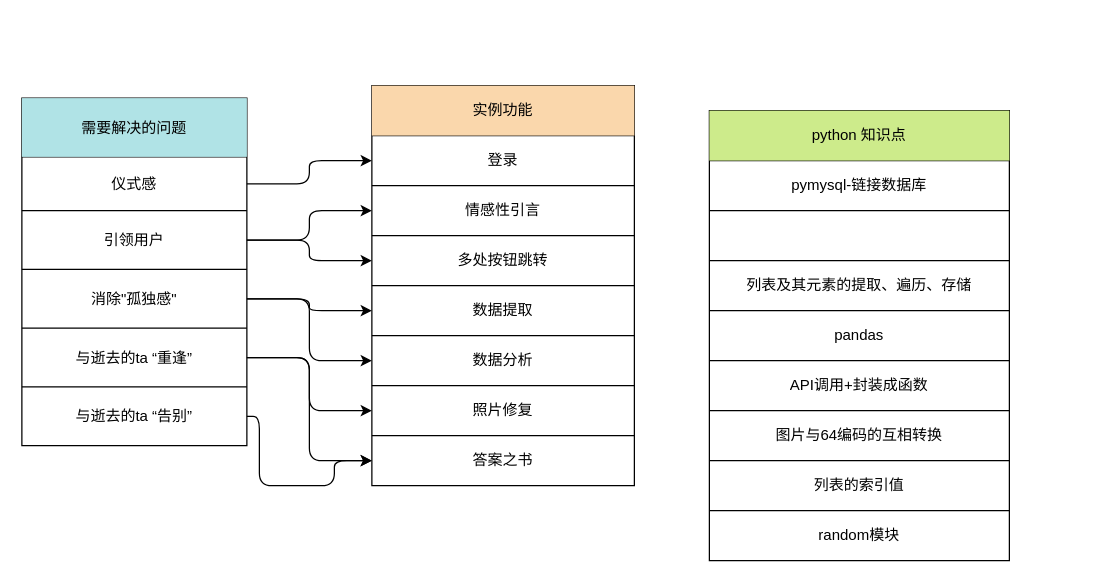
Earlier version of the draw.io diagram 知识图谱.drawio (azazazzzz/python_project). Source tidied: cells renumbered, new cells numbered last; positions are measured from the earlier drawing's top-left corner, leaving out a move shared by most shapes. Both pictures are drawn from the tidied source at 125%, with x=0, y=0 at pixel (21, 85).
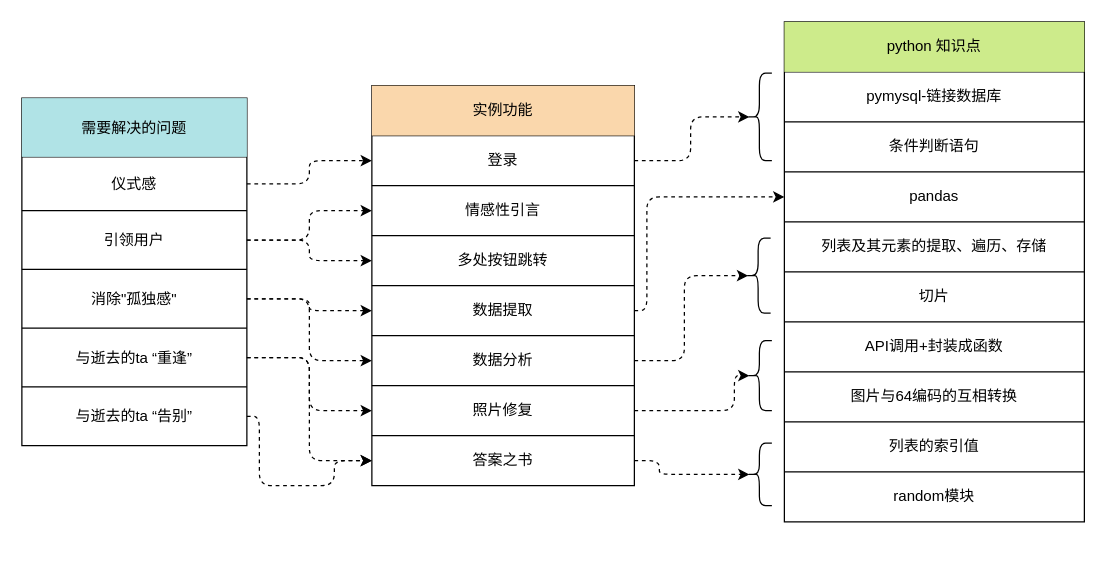
Above is the later version.

Commit message (it also covers changes not shown here):
更新知识图谱.drawio

The change refers to these unchanged cells:
```xml
<mxCell id="5" style="shape=partialRectangle;html=1;whiteSpace=wrap;fillColor=none;top=0;left=0;bottom=0;right=0;points=[[0,0.5],[1,0.5]];portConstraint=eastwest;" parent="2" vertex="1">
  <mxGeometry y="47" width="180" height="43" as="geometry" />
</mxCell>
<mxCell id="7" style="shape=partialRectangle;html=1;whiteSpace=wrap;fillColor=none;top=0;left=0;bottom=0;right=0;points=[[0,0.5],[1,0.5]];portConstraint=eastwest;" parent="2" vertex="1">
  <mxGeometry y="90" width="180" height="47" as="geometry" />
</mxCell>
<mxCell id="9" style="shape=partialRectangle;html=1;whiteSpace=wrap;fillColor=none;top=0;left=0;bottom=0;right=0;points=[[0,0.5],[1,0.5]];portConstraint=eastwest;" parent="2" vertex="1">
  <mxGeometry y="137" width="180" height="47" as="geometry" />
</mxCell>
<mxCell id="11" style="shape=partialRectangle;html=1;whiteSpace=wrap;fillColor=none;top=0;left=0;bottom=0;right=0;points=[[0,0.5],[1,0.5]];portConstraint=eastwest;" parent="2" vertex="1">
  <mxGeometry y="184" width="180" height="47" as="geometry" />
</mxCell>
<mxCell id="13" style="shape=partialRectangle;html=1;whiteSpace=wrap;fillColor=none;top=0;left=0;bottom=0;right=0;points=[[0,0.5],[1,0.5]];portConstraint=eastwest;" parent="2" vertex="1">
  <mxGeometry y="231" width="180" height="47" as="geometry" />
</mxCell>
<mxCell id="18" style="shape=partialRectangle;html=1;whiteSpace=wrap;fillColor=none;top=0;left=0;bottom=0;right=0;points=[[0,0.5],[1,0.5]];portConstraint=eastwest;" parent="15" vertex="1">
  <mxGeometry y="40" width="210" height="40" as="geometry" />
</mxCell>
<mxCell id="20" style="shape=partialRectangle;html=1;whiteSpace=wrap;fillColor=none;top=0;left=0;bottom=0;right=0;points=[[0,0.5],[1,0.5]];portConstraint=eastwest;" parent="15" vertex="1">
  <mxGeometry y="80" width="210" height="40" as="geometry" />
</mxCell>
<mxCell id="22" style="shape=partialRectangle;html=1;whiteSpace=wrap;fillColor=none;top=0;left=0;bottom=0;right=0;points=[[0,0.5],[1,0.5]];portConstraint=eastwest;" parent="15" vertex="1">
  <mxGeometry y="120" width="210" height="40" as="geometry" />
</mxCell>
<mxCell id="24" style="shape=partialRectangle;html=1;whiteSpace=wrap;fillColor=none;top=0;left=0;bottom=0;right=0;points=[[0,0.5],[1,0.5]];portConstraint=eastwest;" parent="15" vertex="1">
  <mxGeometry y="160" width="210" height="40" as="geometry" />
</mxCell>
<mxCell id="26" style="shape=partialRectangle;html=1;whiteSpace=wrap;fillColor=none;top=0;left=0;bottom=0;right=0;points=[[0,0.5],[1,0.5]];portConstraint=eastwest;" parent="15" vertex="1">
  <mxGeometry y="200" width="210" height="40" as="geometry" />
</mxCell>
<mxCell id="28" style="shape=partialRectangle;html=1;whiteSpace=wrap;fillColor=none;top=0;left=0;bottom=0;right=0;points=[[0,0.5],[1,0.5]];portConstraint=eastwest;" parent="15" vertex="1">
  <mxGeometry y="240" width="210" height="40" as="geometry" />
</mxCell>
<mxCell id="30" style="shape=partialRectangle;html=1;whiteSpace=wrap;fillColor=none;top=0;left=0;bottom=0;right=0;points=[[0,0.5],[1,0.5]];portConstraint=eastwest;" parent="15" vertex="1">
  <mxGeometry y="280" width="210" height="40" as="geometry" />
</mxCell>
<mxCell id="45" style="shape=partialRectangle;html=1;whiteSpace=wrap;fillColor=none;top=0;left=0;bottom=0;right=0;" parent="40" vertex="1">
  <mxGeometry y="80" width="240" height="40" as="geometry" />
</mxCell>
```

Diff of the diagram source:
```diff
@@
-    <mxCell id="32" style="endArrow=classic;html=1;exitX=1;exitY=0.5;exitDx=0;exitDy=0;entryX=0;entryY=0.5;entryDx=0;entryDy=0;edgeStyle=orthogonalEdgeStyle;" parent="1" edge="1" source="5" target="18">
+    <mxCell id="32" style="endArrow=classic;html=1;exitX=1;exitY=0.5;exitDx=0;exitDy=0;entryX=0;entryY=0.5;entryDx=0;entryDy=0;edgeStyle=orthogonalEdgeStyle;dashed=1;" parent="1" edge="1" source="5" target="18">
       <mxGeometry relative="1" as="geometry" />
     </mxCell>
-    <mxCell id="33" style="endArrow=classic;html=1;exitX=1;exitY=0.5;exitDx=0;exitDy=0;entryX=0;entryY=0.5;entryDx=0;entryDy=0;edgeStyle=orthogonalEdgeStyle;" parent="1" edge="1" source="7" target="20">
+    <mxCell id="33" style="endArrow=classic;html=1;exitX=1;exitY=0.5;exitDx=0;exitDy=0;entryX=0;entryY=0.5;entryDx=0;entryDy=0;edgeStyle=orthogonalEdgeStyle;dashed=1;" parent="1" edge="1" source="7" target="20">
       <mxGeometry relative="1" as="geometry" />
     </mxCell>
-    <mxCell id="34" style="endArrow=classic;html=1;exitX=1;exitY=0.5;exitDx=0;exitDy=0;entryX=0;entryY=0.5;entryDx=0;entryDy=0;edgeStyle=orthogonalEdgeStyle;" parent="1" edge="1" source="7" target="22">
+    <mxCell id="34" style="endArrow=classic;html=1;exitX=1;exitY=0.5;exitDx=0;exitDy=0;entryX=0;entryY=0.5;entryDx=0;entryDy=0;edgeStyle=orthogonalEdgeStyle;dashed=1;" parent="1" edge="1" source="7" target="22">
       <mxGeometry relative="1" as="geometry" />
     </mxCell>
-    <mxCell id="35" style="endArrow=classic;html=1;exitX=1;exitY=0.5;exitDx=0;exitDy=0;entryX=0;entryY=0.5;entryDx=0;entryDy=0;edgeStyle=orthogonalEdgeStyle;" parent="1" edge="1" source="11" target="28">
+    <mxCell id="35" style="endArrow=classic;html=1;exitX=1;exitY=0.5;exitDx=0;exitDy=0;entryX=0;entryY=0.5;entryDx=0;entryDy=0;edgeStyle=orthogonalEdgeStyle;dashed=1;" parent="1" edge="1" source="11" target="28">
       <mxGeometry relative="1" as="geometry" />
     </mxCell>
-    <mxCell id="36" style="endArrow=classic;html=1;exitX=1;exitY=0.5;exitDx=0;exitDy=0;entryX=0;entryY=0.5;entryDx=0;entryDy=0;edgeStyle=orthogonalEdgeStyle;" parent="1" edge="1" source="11" target="30">
+    <mxCell id="36" style="endArrow=classic;html=1;exitX=1;exitY=0.5;exitDx=0;exitDy=0;entryX=0;entryY=0.5;entryDx=0;entryDy=0;edgeStyle=orthogonalEdgeStyle;dashed=1;" parent="1" edge="1" source="11" target="30">
       <mxGeometry relative="1" as="geometry" />
     </mxCell>
-    <mxCell id="37" style="endArrow=classic;html=1;exitX=1;exitY=0.5;exitDx=0;exitDy=0;entryX=0;entryY=0.5;entryDx=0;entryDy=0;edgeStyle=orthogonalEdgeStyle;" parent="1" edge="1" source="13" target="30">
+    <mxCell id="37" style="endArrow=classic;html=1;exitX=1;exitY=0.5;exitDx=0;exitDy=0;entryX=0;entryY=0.5;entryDx=0;entryDy=0;edgeStyle=orthogonalEdgeStyle;dashed=1;" parent="1" edge="1" source="13" target="30">
       <mxGeometry relative="1" as="geometry">
         <Array as="points">
           <mxPoint x="190" y="265" />
           <mxPoint x="190" y="320" />
           <mxPoint x="250" y="320" />
           <mxPoint x="250" y="300" />
         </Array>
       </mxGeometry>
     </mxCell>
-    <mxCell id="38" style="endArrow=classic;html=1;exitX=1;exitY=0.5;exitDx=0;exitDy=0;entryX=0;entryY=0.5;entryDx=0;entryDy=0;edgeStyle=orthogonalEdgeStyle;" parent="1" edge="1" source="9" target="24">
+    <mxCell id="38" style="endArrow=classic;html=1;exitX=1;exitY=0.5;exitDx=0;exitDy=0;entryX=0;entryY=0.5;entryDx=0;entryDy=0;edgeStyle=orthogonalEdgeStyle;dashed=1;" parent="1" edge="1" source="9" target="24">
       <mxGeometry relative="1" as="geometry" />
     </mxCell>
-    <mxCell id="39" style="endArrow=classic;html=1;exitX=1;exitY=0.5;exitDx=0;exitDy=0;entryX=0;entryY=0.5;entryDx=0;entryDy=0;edgeStyle=orthogonalEdgeStyle;" parent="1" edge="1" source="9" target="26">
+    <mxCell id="39" style="endArrow=classic;html=1;exitX=1;exitY=0.5;exitDx=0;exitDy=0;entryX=0;entryY=0.5;entryDx=0;entryDy=0;edgeStyle=orthogonalEdgeStyle;dashed=1;" parent="1" edge="1" source="9" target="26">
       <mxGeometry relative="1" as="geometry" />
     </mxCell>
     <mxCell id="40" style="shape=table;html=1;whiteSpace=wrap;startSize=0;childLayout=tableLayout;" parent="1" vertex="1">
-      <mxGeometry x="550" y="20" width="240" height="360" as="geometry" />
+      <mxGeometry x="610" y="-51" width="240" height="400" as="geometry" />
     </mxCell>
@@
-    <mxCell id="46" style="shape=partialRectangle;html=1;whiteSpace=wrap;overflow=hidden;fillColor=none;top=0;left=0;bottom=0;right=0;" parent="45" vertex="1">
+    <mxCell id="46" value="条件判断语句" style="shape=partialRectangle;html=1;whiteSpace=wrap;overflow=hidden;fillColor=none;top=0;left=0;bottom=0;right=0;" parent="45" vertex="1">
       <mxGeometry width="240" height="40" as="geometry" />
     </mxCell>
+    <mxCell id="49" style="shape=partialRectangle;html=1;whiteSpace=wrap;fillColor=none;top=0;left=0;bottom=0;right=0;points=[[0,0.5],[1,0.5]];portConstraint=eastwest;" parent="40" vertex="1">
+      <mxGeometry y="120" width="240" height="40" as="geometry" />
+    </mxCell>
+    <mxCell id="50" value="pandas" style="shape=partialRectangle;html=1;whiteSpace=wrap;overflow=hidden;fillColor=none;top=0;left=0;bottom=0;right=0;" parent="49" vertex="1">
+      <mxGeometry width="240" height="40" as="geometry" />
+    </mxCell>
     <mxCell id="47" style="shape=partialRectangle;html=1;whiteSpace=wrap;fillColor=none;top=0;left=0;bottom=0;right=0;" parent="40" vertex="1">
-      <mxGeometry y="120" width="240" height="40" as="geometry" />
+      <mxGeometry y="160" width="240" height="40" as="geometry" />
     </mxCell>
@@
-    <mxCell id="49" style="shape=partialRectangle;html=1;whiteSpace=wrap;fillColor=none;top=0;left=0;bottom=0;right=0;points=[[0,0.5],[1,0.5]];portConstraint=eastwest;" parent="40" vertex="1">
-      <mxGeometry y="160" width="240" height="40" as="geometry" />
-    </mxCell>
-    <mxCell id="50" value="pandas" style="shape=partialRectangle;html=1;whiteSpace=wrap;overflow=hidden;fillColor=none;top=0;left=0;bottom=0;right=0;" parent="49" vertex="1">
-      <mxGeometry width="240" height="40" as="geometry" />
-    </mxCell>
+    <mxCell id="59" style="shape=partialRectangle;html=1;whiteSpace=wrap;fillColor=none;top=0;left=0;bottom=0;right=0;" parent="40" vertex="1">
+      <mxGeometry y="200" width="240" height="40" as="geometry" />
+    </mxCell>
+    <mxCell id="60" value="切片" style="shape=partialRectangle;html=1;whiteSpace=wrap;overflow=hidden;fillColor=none;top=0;left=0;bottom=0;right=0;" parent="59" vertex="1">
+      <mxGeometry width="240" height="40" as="geometry" />
+    </mxCell>
     <mxCell id="51" style="shape=partialRectangle;html=1;whiteSpace=wrap;fillColor=none;top=0;left=0;bottom=0;right=0;" parent="40" vertex="1">
-      <mxGeometry y="200" width="240" height="40" as="geometry" />
+      <mxGeometry y="240" width="240" height="40" as="geometry" />
     </mxCell>
@@
     <mxCell id="53" style="shape=partialRectangle;html=1;whiteSpace=wrap;fillColor=none;top=0;left=0;bottom=0;right=0;" parent="40" vertex="1">
-      <mxGeometry y="240" width="240" height="40" as="geometry" />
+      <mxGeometry y="280" width="240" height="40" as="geometry" />
     </mxCell>
@@
     <mxCell id="55" style="shape=partialRectangle;html=1;whiteSpace=wrap;fillColor=none;top=0;left=0;bottom=0;right=0;" parent="40" vertex="1">
-      <mxGeometry y="280" width="240" height="40" as="geometry" />
+      <mxGeometry y="320" width="240" height="40" as="geometry" />
     </mxCell>
@@
     <mxCell id="57" style="shape=partialRectangle;html=1;whiteSpace=wrap;fillColor=none;top=0;left=0;bottom=0;right=0;" parent="40" vertex="1">
-      <mxGeometry y="320" width="240" height="40" as="geometry" />
+      <mxGeometry y="360" width="240" height="40" as="geometry" />
     </mxCell>
@@
+    <mxCell id="61" style="endArrow=classic;html=1;dashed=1;exitX=1;exitY=0.5;exitDx=0;exitDy=0;entryX=0.1;entryY=0.5;entryDx=0;entryDy=0;entryPerimeter=0;edgeStyle=orthogonalEdgeStyle;" parent="1" edge="1" source="18" target="62">
+      <mxGeometry relative="1" as="geometry" />
+    </mxCell>
+    <mxCell id="62" style="shape=curlyBracket;whiteSpace=wrap;html=1;rounded=1;" parent="1" vertex="1">
+      <mxGeometry x="580" y="-10" width="20" height="70" as="geometry" />
+    </mxCell>
+    <mxCell id="63" style="shape=curlyBracket;whiteSpace=wrap;html=1;rounded=1;size=0.5;" parent="1" vertex="1">
+      <mxGeometry x="580" y="286" width="20" height="50" as="geometry" />
+    </mxCell>
+    <mxCell id="64" style="shape=curlyBracket;whiteSpace=wrap;html=1;rounded=1;" parent="1" vertex="1">
+      <mxGeometry x="580" y="204" width="20" height="56" as="geometry" />
+    </mxCell>
+    <mxCell id="65" style="edgeStyle=elbowEdgeStyle;elbow=horizontal;endArrow=classic;html=1;dashed=1;exitX=1;exitY=0.5;exitDx=0;exitDy=0;entryX=0.1;entryY=0.5;entryDx=0;entryDy=0;entryPerimeter=0;" parent="1" edge="1" source="30" target="63">
+      <mxGeometry relative="1" as="geometry">
+        <Array as="points">
+          <mxPoint x="510" y="311" />
+          <mxPoint x="530" y="290" />
+        </Array>
+      </mxGeometry>
+    </mxCell>
+    <mxCell id="66" style="edgeStyle=orthogonalEdgeStyle;elbow=vertical;endArrow=classic;html=1;dashed=1;exitX=1;exitY=0.5;exitDx=0;exitDy=0;entryX=0.1;entryY=0.5;entryDx=0;entryDy=0;entryPerimeter=0;" parent="1" edge="1" source="28" target="64">
+      <mxGeometry relative="1" as="geometry">
+        <Array as="points">
+          <mxPoint x="570" y="260" />
+          <mxPoint x="570" y="232" />
+        </Array>
+      </mxGeometry>
+    </mxCell>
+    <mxCell id="67" style="shape=curlyBracket;whiteSpace=wrap;html=1;rounded=1;" parent="1" vertex="1">
+      <mxGeometry x="579" y="122" width="20" height="60" as="geometry" />
+    </mxCell>
+    <mxCell id="68" style="edgeStyle=orthogonalEdgeStyle;elbow=vertical;endArrow=classic;html=1;dashed=1;exitX=1;exitY=0.5;exitDx=0;exitDy=0;entryX=0.1;entryY=0.5;entryDx=0;entryDy=0;entryPerimeter=0;" parent="1" edge="1" source="26" target="67">
+      <mxGeometry relative="1" as="geometry">
+        <Array as="points">
+          <mxPoint x="530" y="220" />
+          <mxPoint x="530" y="152" />
+        </Array>
+      </mxGeometry>
+    </mxCell>
+    <mxCell id="69" style="edgeStyle=orthogonalEdgeStyle;elbow=horizontal;endArrow=classic;html=1;dashed=1;exitX=1;exitY=0.5;exitDx=0;exitDy=0;entryX=0;entryY=0.5;entryDx=0;entryDy=0;" parent="1" edge="1" source="24" target="49">
+      <mxGeometry relative="1" as="geometry">
+        <Array as="points">
+          <mxPoint x="500" y="180" />
+          <mxPoint x="500" y="89" />
+        </Array>
+      </mxGeometry>
+    </mxCell>
```
